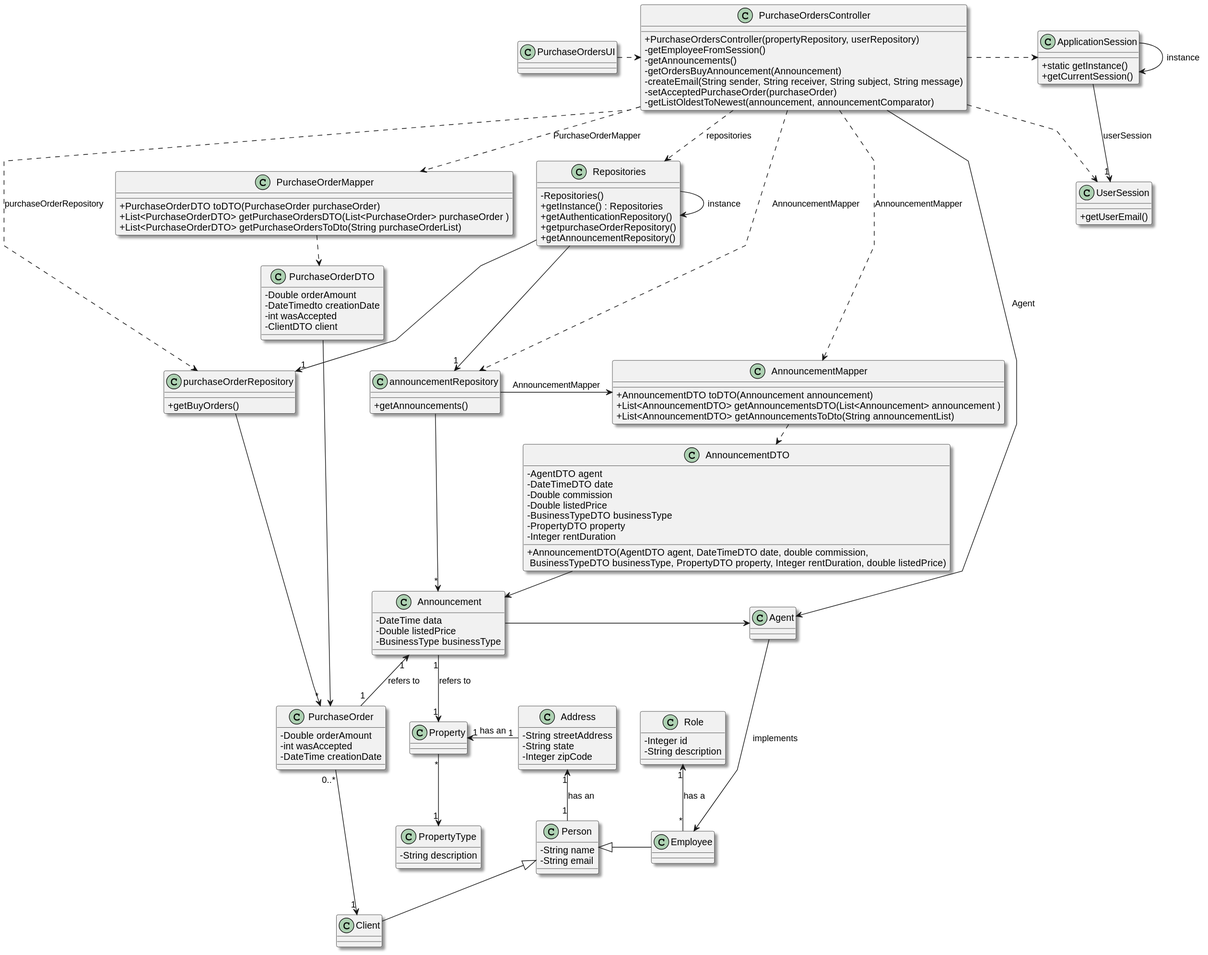
Earlier version of the PlantUML export docs/sprintD/us011/03.design/svg/us011-class-diagram.svg (Shushizinho/RealEstateUSASystem). The source it was exported from:
```plantuml
@startuml
skinparam packageStyle rectangle
skinparam shadowing true
skinparam linetype polyline


skinparam classAttributeIconSize 0


class ApplicationSession
{
    + static getInstance()
    + getCurrentSession()
}

class UserSession
{
    + getUserEmail()
}


class Address{
     - String streetAddress
     - String state
     - Integer zipCode
}


class Person{
    - String name
    - String email
}

class Employee{

}

class Announcement{
    - DateTime data
    - Double listedPrice
    - BusinessType businessType
}


class Repositories {
    - Repositories()
    + getInstance() : Repositories
    + getAuthenticationRepository()
    + getpurchaseOrderRepository()
    + getAnnouncementRepository()
}

class purchaseOrderRepository {
    + getBuyOrders()
}

class announcementRepository{
    + getAnnouncements()
}

class PurchaseOrder {
    - Double orderAmount
    - int wasAccepted
    - DateTime creationDate
}

class Property {
}

class Client {
}


class Agent {

}

class AnnouncementMapper {
+AnnouncementDTO toDTO(Announcement announcement)
+List<AnnouncementDTO> getAnnouncementsDTO(List<Announcement> announcement )
+List<AnnouncementDTO> getAnnouncementsToDto(String announcementList)

}

class AnnouncementDTO{
    - AgentDTO agent
    - DateTimeDTO date
    - Double commission
    - Double listedPrice
    - BusinessTypeDTO businessType
    - PropertyDTO property
    -Integer rentDuration
    +AnnouncementDTO(AgentDTO agent, DateTimeDTO date, double commission,\n BusinessTypeDTO businessType, PropertyDTO property, Integer rentDuration, double listedPrice)
}

class PurchaseOrderMapper {
+PurchaseOrderDTO toDTO(PurchaseOrder purchaseOrder)
+List<PurchaseOrderDTO> getPurchaseOrdersDTO(List<PurchaseOrder> purchaseOrder )
+List<PurchaseOrderDTO> getPurchaseOrdersToDto(String purchaseOrderList)
}

class PurchaseOrderDTO {
    - Double orderAmount
    - DateTimedto creationDate
    - int wasAccepted
    -ClientDTO client

}

class Role {
-Integer id
-String description
}

class PropertyType{
-String description
}

class PurchaseOrdersController {
    + PurchaseOrdersController(propertyRepository, userRepository)
    - getEmployeeFromSession()
    - getAnnouncements()
    -getOrdersBuyAnnouncement(Announcement)
    - createEmail(String sender, String receiver, String subject, String message)
    - setAcceptedPurchaseOrder(purchaseOrder)
    - getListOldestToNewest(announcement, announcementComparator)
}


class PurchaseOrdersUI {
}

ApplicationSession -> ApplicationSession : instance
PurchaseOrdersUI .> PurchaseOrdersController
ApplicationSession --> "1" UserSession : userSession
PurchaseOrdersController .> ApplicationSession
PurchaseOrdersController ..> UserSession
PurchaseOrdersController .> Repositories : repositories
Repositories -> Repositories : instance
PurchaseOrdersController --> Agent : Agent
Agent -> Employee : implements
Address "1" <-- "1"  Person : has an
Person <|- Employee
Property "1" <- "1"  Address : has an
PurchaseOrdersController ...> purchaseOrderRepository : purchaseOrderRepository
Repositories --> "1" purchaseOrderRepository
Repositories --> "1" announcementRepository
announcementRepository --> "*" Announcement
Announcement "1" --> "1" Property : refers to
Announcement"1" <-- "1"PurchaseOrder : refers to
purchaseOrderRepository -> "*" PurchaseOrder
PurchaseOrdersController ...> announcementRepository : AnnouncementMapper
announcementRepository -> AnnouncementMapper : AnnouncementMapper
PurchaseOrdersController ..> AnnouncementMapper : AnnouncementMapper
AnnouncementMapper .> AnnouncementDTO
AnnouncementDTO -> Announcement
Announcement -> Agent
PurchaseOrdersController ..> PurchaseOrderMapper : PurchaseOrderMapper
Person <|-- Client
PurchaseOrder"0..*" --> "1"Client
PurchaseOrderMapper .> PurchaseOrderDTO
PurchaseOrderDTO -> PurchaseOrder
Property "*" --> "1"PropertyType
Role"1" <-- "*"Employee : has a
@enduml
```
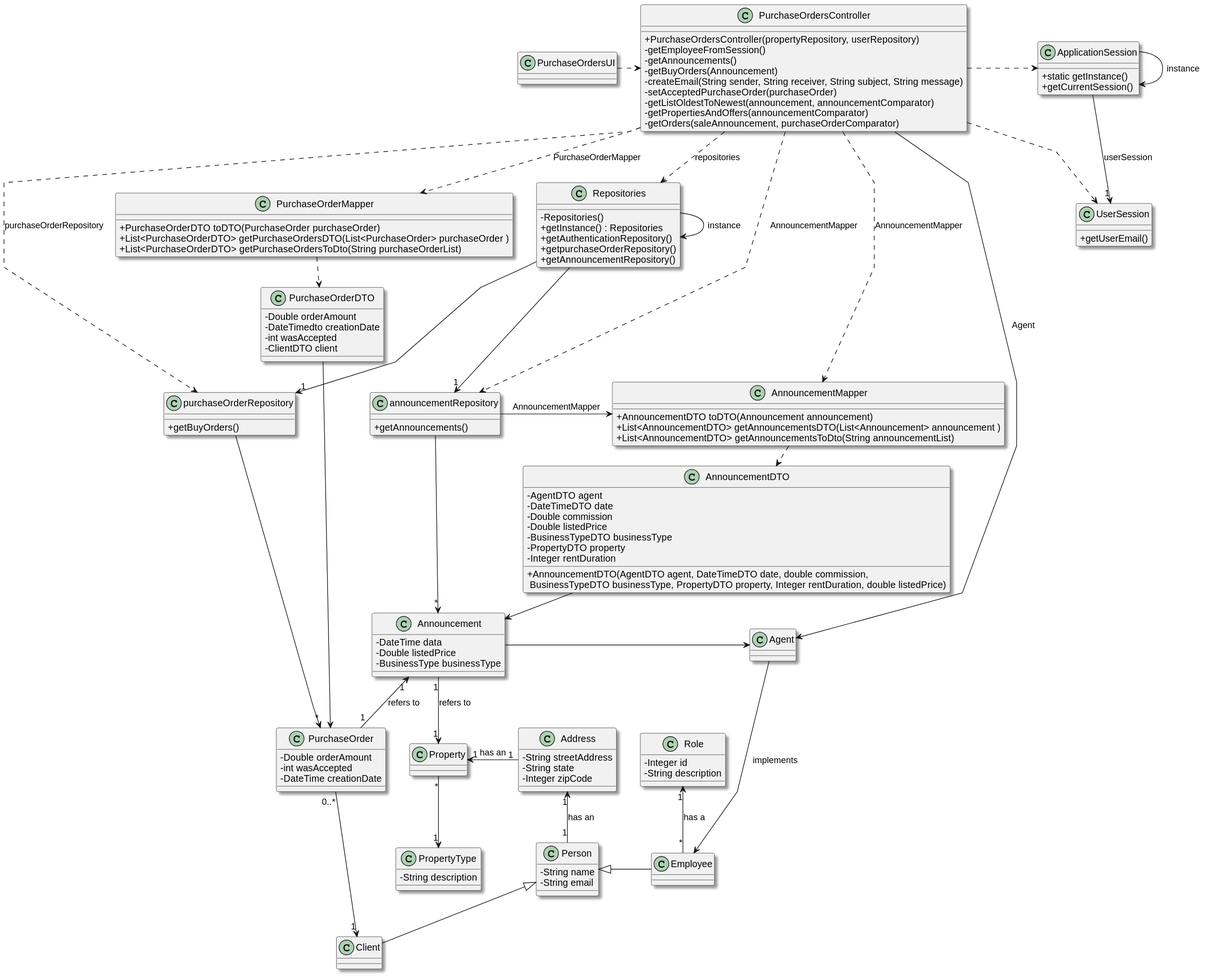
The same file after the commit.

What changed in the source:
```diff
@@ -120,10 +120,12 @@
     + PurchaseOrdersController(propertyRepository, userRepository)
     - getEmployeeFromSession()
     - getAnnouncements()
-    -getOrdersBuyAnnouncement(Announcement)
+    - getBuyOrders(Announcement)
     - createEmail(String sender, String receiver, String subject, String message)
     - setAcceptedPurchaseOrder(purchaseOrder)
     - getListOldestToNewest(announcement, announcementComparator)
+    - getPropertiesAndOffers(announcementComparator)
+    - getOrders(saleAnnouncement, purchaseOrderComparator)
 }
 
 
```
